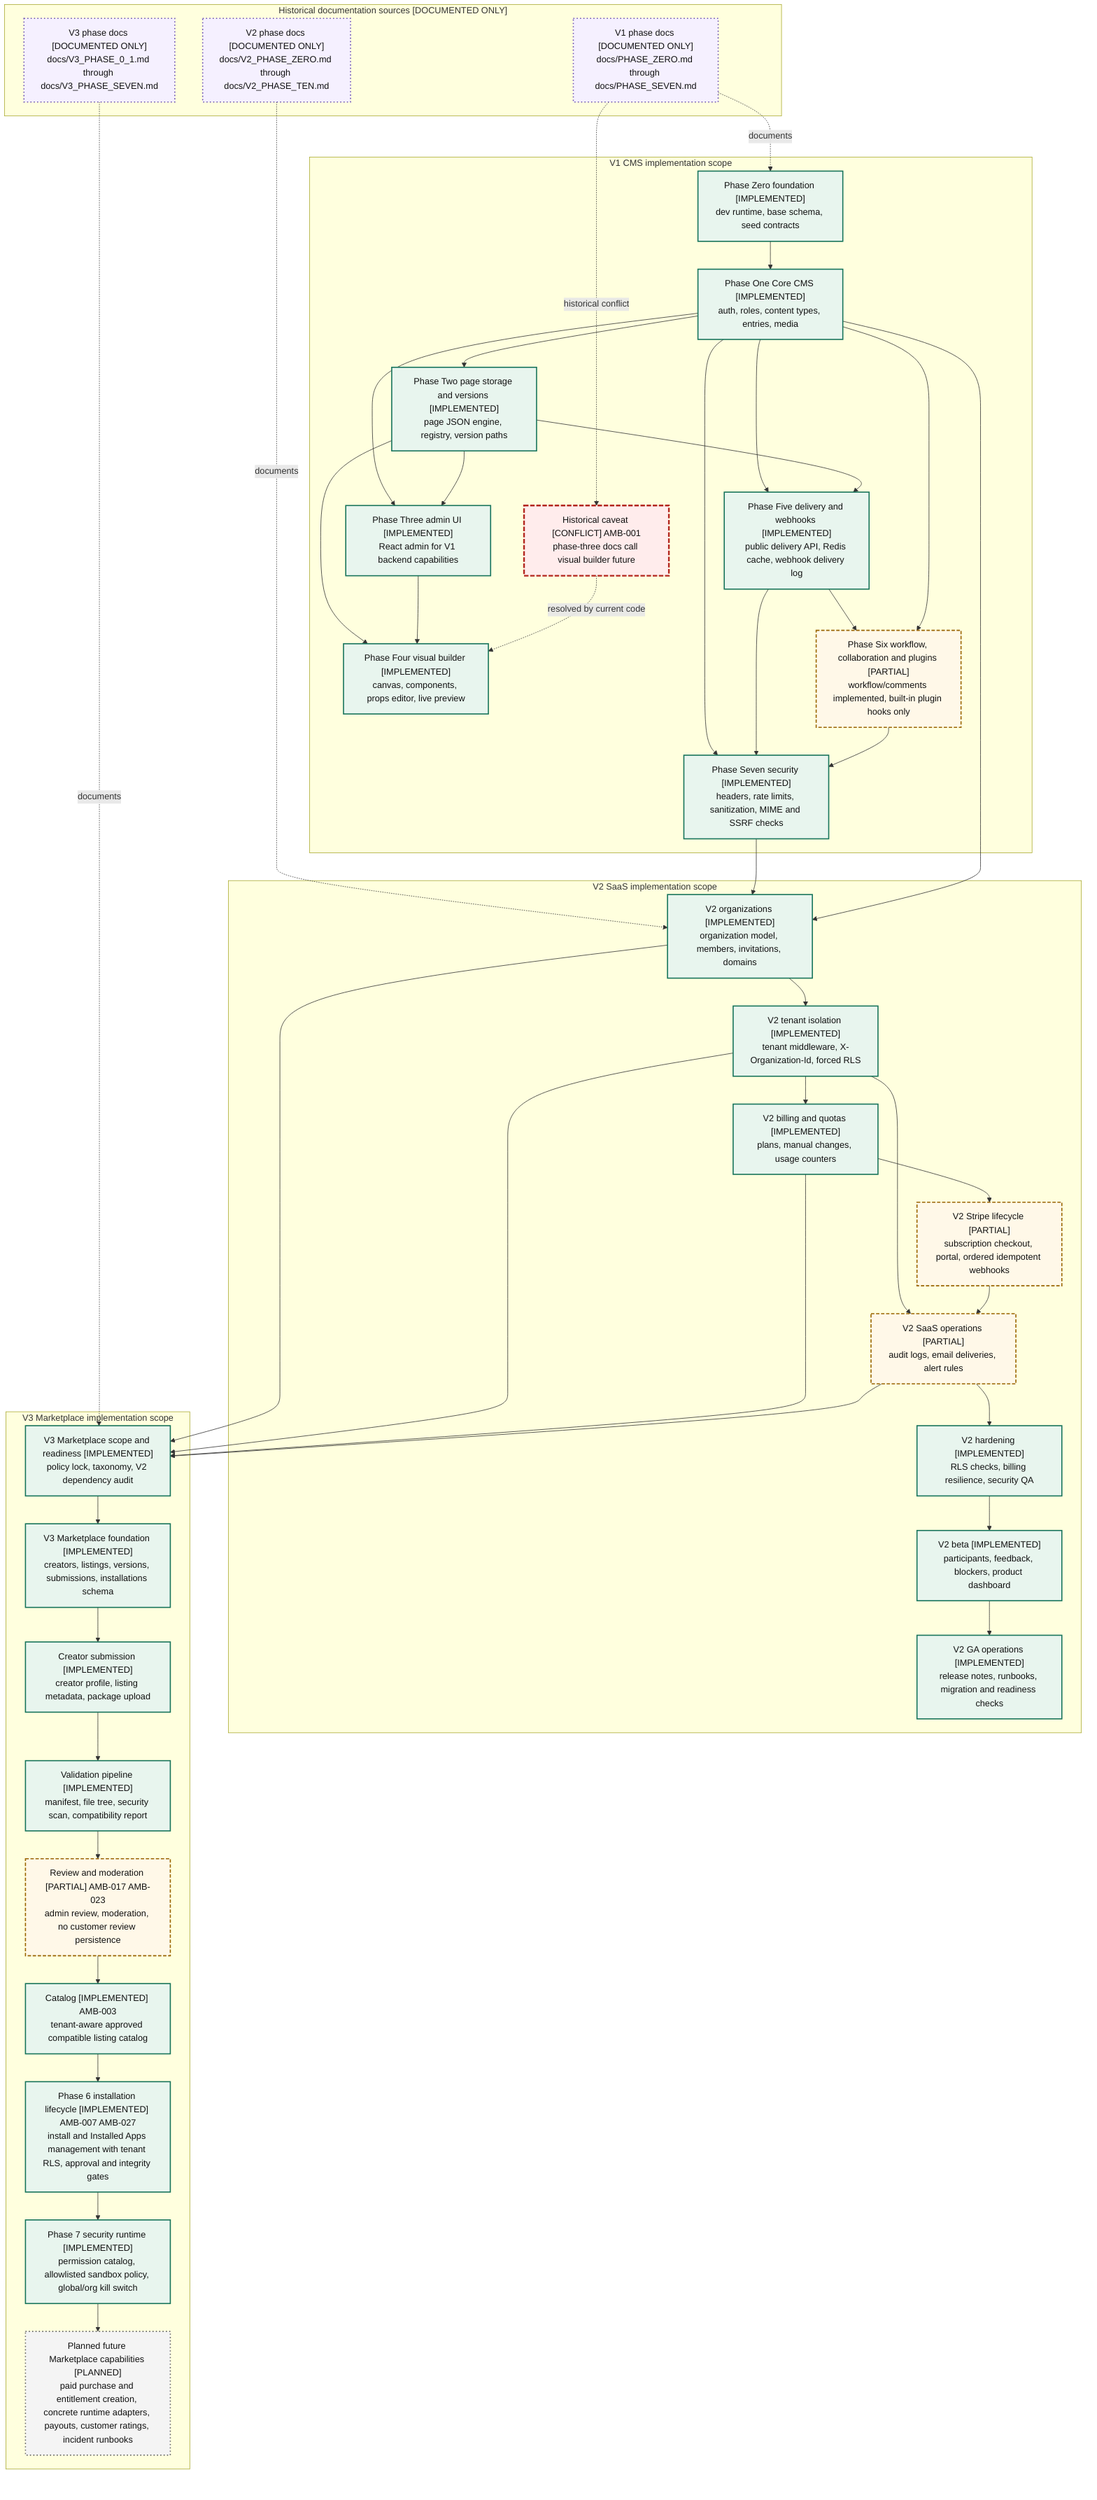
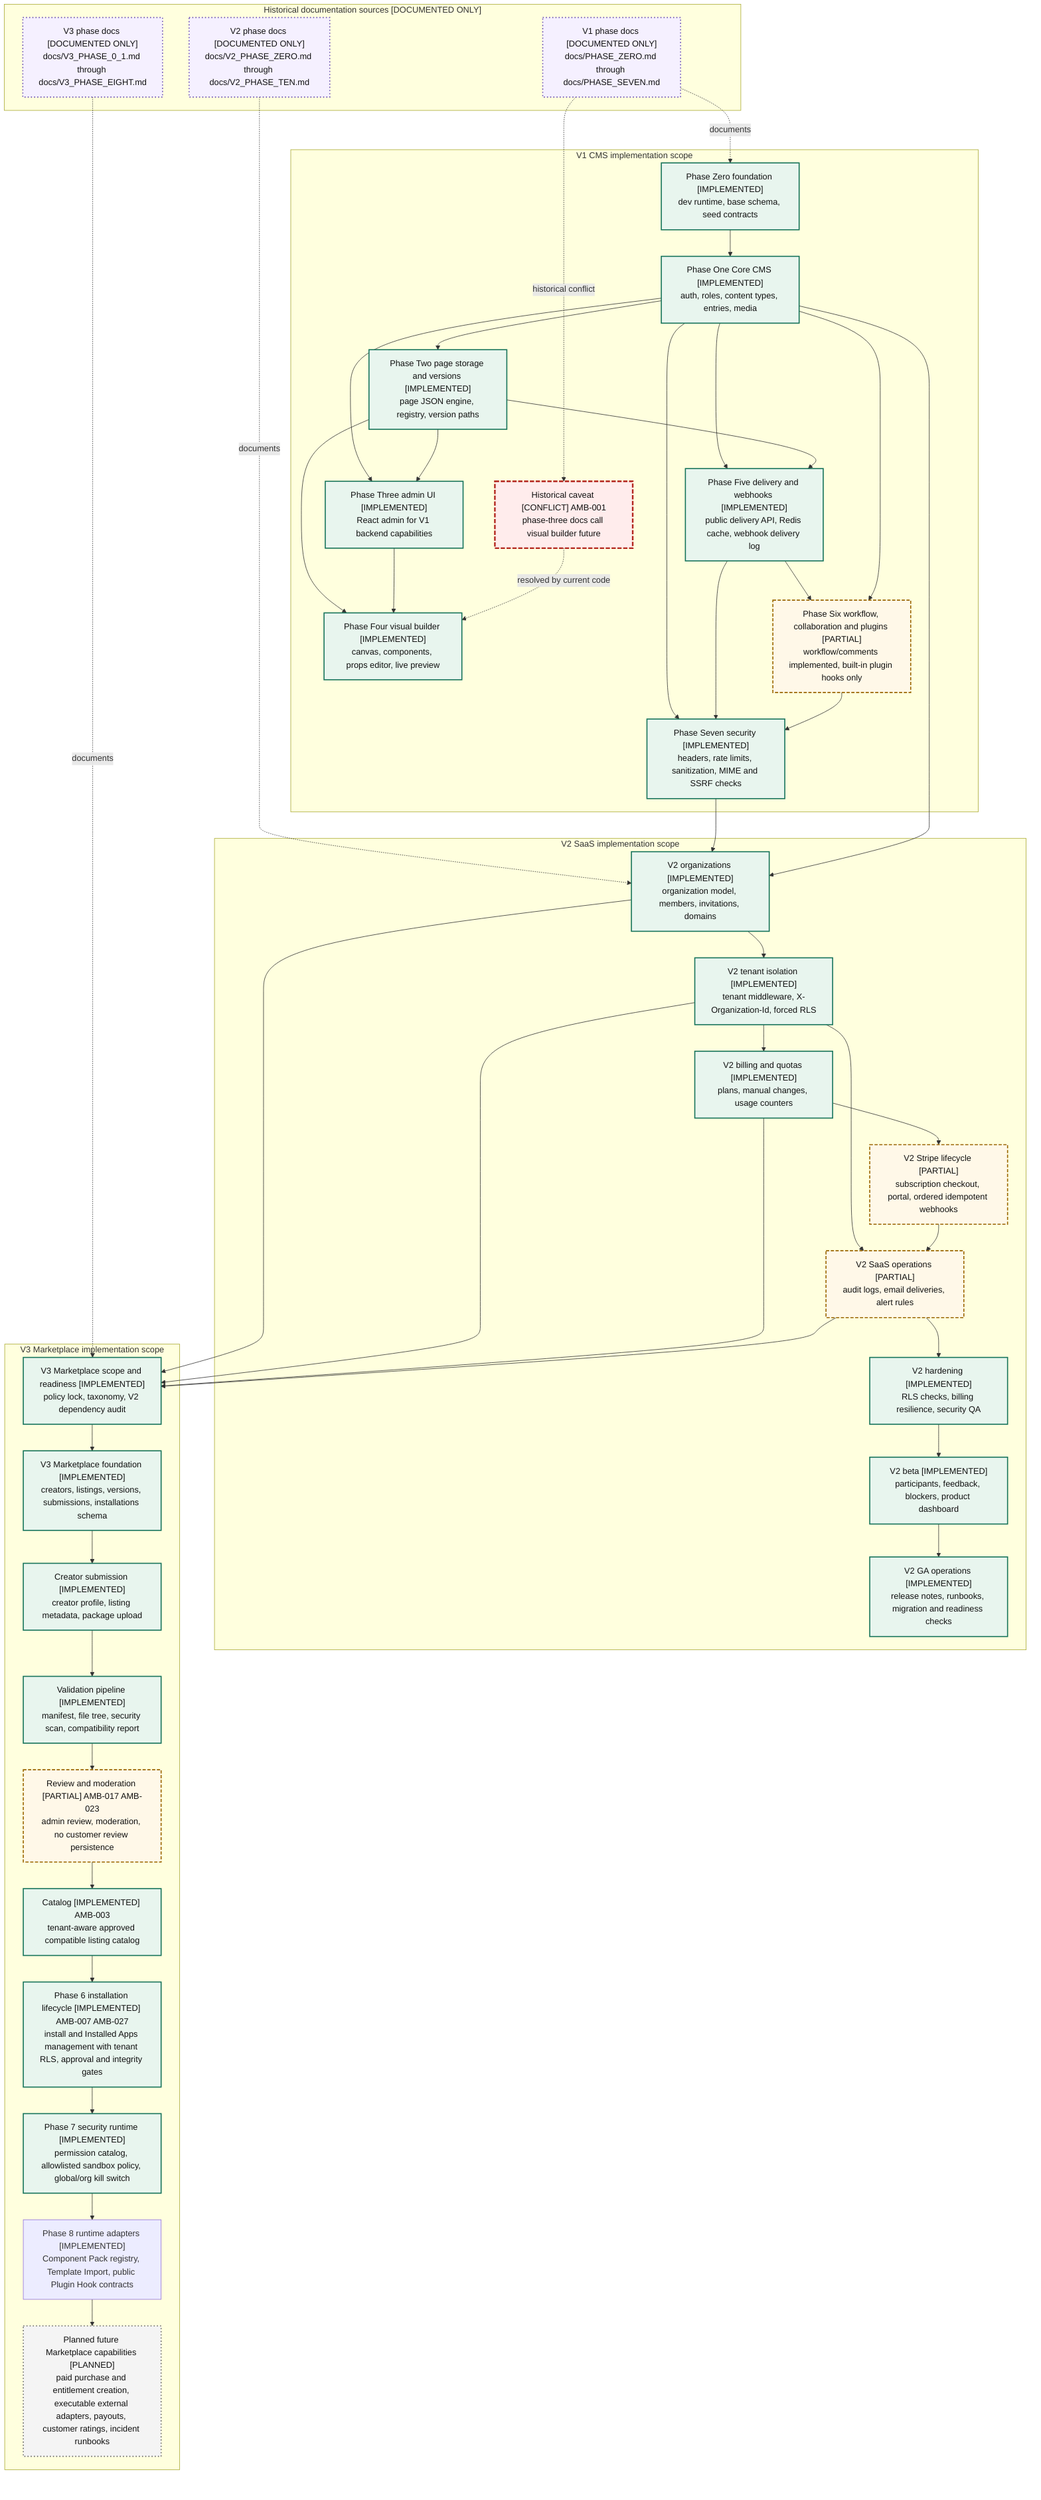
%% Evidence: docs/PHASE_ZERO.md
%% Evidence: docs/PHASE_ONE.md
%% Evidence: docs/PHASE_TWO.md
%% Evidence: docs/PHASE_THREE.md
%% Evidence: docs/PHASE_FOUR.md
%% Evidence: docs/PHASE_FIVE.md
%% Evidence: docs/PHASE_SIX.md
%% Evidence: docs/PHASE_SEVEN.md
%% Evidence: docs/V2_PHASE_ZERO.md
%% Evidence: docs/V2_PHASE_ONE.md
%% Evidence: docs/V2_PHASE_THREE.md
%% Evidence: docs/V2_PHASE_FIVE.md
%% Evidence: docs/V2_PHASE_SIX.md
%% Evidence: docs/V2_PHASE_SEVEN.md
%% Evidence: docs/V2_PHASE_EIGHT.md
%% Evidence: docs/V2_PHASE_NINE.md
%% Evidence: docs/V2_PHASE_TEN.md
%% Evidence: docs/V3_PHASE_0_1.md
%% Evidence: docs/V3_PHASE_0_2.md
%% Evidence: docs/V3_PHASE_ONE.md
%% Evidence: docs/V3_PHASE_TWO.md
%% Evidence: docs/V3_PHASE_THREE.md
%% Evidence: docs/V3_PHASE_FOUR.md
%% Evidence: docs/V3_PHASE_FIVE.md
%% Evidence: docs/V3_PHASE_SEVEN.md
%% Evidence: backend/migrations/0019_v3_phase_six_installation_lifecycle.sql
%% Evidence: backend/migrations/0020_v3_phase_seven_permission_sandbox_kill_switch.sql
+ %% Evidence: backend/migrations/0021_v3_phase_eight_runtime_adapters.sql
%% Evidence: backend/src/services/marketplace_runtime.rs
%% Evidence: backend/src/routes/marketplace_runtime.rs
+ %% Evidence: backend/src/services/marketplace_adapters.rs
+ %% Evidence: backend/src/routes/marketplace_adapters.rs
+ %% Evidence: docs/V3_PHASE_EIGHT.md
%% Evidence: backend/src/services/marketplace_installation.rs
%% Evidence: backend/src/routes/marketplace.rs
%% Evidence: frontend/src/pages/MarketplacePage.tsx
%% Evidence: docs/V3_MARKETPLACE_GAP_LIST.md
%% Evidence: docs/diagrams/ARCHITECTURE_AUDIT.md
%% Evidence: docs/diagrams/AMBIGUITIES.md
flowchart TD
  subgraph historical_docs["Historical documentation sources [DOCUMENTED ONLY]"]
    hist_v1["V1 phase docs [DOCUMENTED ONLY]<br/>docs/PHASE_ZERO.md through docs/PHASE_SEVEN.md"]
    hist_v2["V2 phase docs [DOCUMENTED ONLY]<br/>docs/V2_PHASE_ZERO.md through docs/V2_PHASE_TEN.md"]
-     hist_v3["V3 phase docs [DOCUMENTED ONLY]<br/>docs/V3_PHASE_0_1.md through docs/V3_PHASE_SEVEN.md"]
+     hist_v3["V3 phase docs [DOCUMENTED ONLY]<br/>docs/V3_PHASE_0_1.md through docs/V3_PHASE_EIGHT.md"]
  end

  subgraph v1_scope["V1 CMS implementation scope"]
    phase_zero["Phase Zero foundation [IMPLEMENTED]<br/>dev runtime, base schema, seed contracts"]
    phase_one["Phase One Core CMS [IMPLEMENTED]<br/>auth, roles, content types, entries, media"]
    phase_two["Phase Two page storage and versions [IMPLEMENTED]<br/>page JSON engine, registry, version paths"]
    phase_three["Phase Three admin UI [IMPLEMENTED]<br/>React admin for V1 backend capabilities"]
    phase_three_caveat["Historical caveat [CONFLICT] AMB-001<br/>phase-three docs call visual builder future"]
    phase_four["Phase Four visual builder [IMPLEMENTED]<br/>canvas, components, props editor, live preview"]
    phase_five["Phase Five delivery and webhooks [IMPLEMENTED]<br/>public delivery API, Redis cache, webhook delivery log"]
    phase_six["Phase Six workflow, collaboration and plugins [PARTIAL]<br/>workflow/comments implemented, built-in plugin hooks only"]
    phase_seven["Phase Seven security [IMPLEMENTED]<br/>headers, rate limits, sanitization, MIME and SSRF checks"]
  end

  subgraph v2_scope["V2 SaaS implementation scope"]
    v2_orgs["V2 organizations [IMPLEMENTED]<br/>organization model, members, invitations, domains"]
    v2_tenant["V2 tenant isolation [IMPLEMENTED]<br/>tenant middleware, X-Organization-Id, forced RLS"]
    v2_billing_quotas["V2 billing and quotas [IMPLEMENTED]<br/>plans, manual changes, usage counters"]
    v2_stripe["V2 Stripe lifecycle [PARTIAL]<br/>subscription checkout, portal, ordered idempotent webhooks"]
    v2_saas_ops["V2 SaaS operations [PARTIAL]<br/>audit logs, email deliveries, alert rules"]
    v2_hardening["V2 hardening [IMPLEMENTED]<br/>RLS checks, billing resilience, security QA"]
    v2_beta["V2 beta [IMPLEMENTED]<br/>participants, feedback, blockers, product dashboard"]
    v2_ga["V2 GA operations [IMPLEMENTED]<br/>release notes, runbooks, migration and readiness checks"]
  end

  subgraph v3_scope["V3 Marketplace implementation scope"]
    v3_scope_ready["V3 Marketplace scope and readiness [IMPLEMENTED]<br/>policy lock, taxonomy, V2 dependency audit"]
    v3_foundation["V3 Marketplace foundation [IMPLEMENTED]<br/>creators, listings, versions, submissions, installations schema"]
    v3_creator_submission["Creator submission [IMPLEMENTED]<br/>creator profile, listing metadata, package upload"]
    v3_validation["Validation pipeline [IMPLEMENTED]<br/>manifest, file tree, security scan, compatibility report"]
    v3_review["Review and moderation [PARTIAL] AMB-017 AMB-023<br/>admin review, moderation, no customer review persistence"]
    v3_catalog["Catalog [IMPLEMENTED] AMB-003<br/>tenant-aware approved compatible listing catalog"]
    v3_install["Phase 6 installation lifecycle [IMPLEMENTED] AMB-007 AMB-027<br/>install and Installed Apps management with tenant RLS, approval and integrity gates"]
    v3_security["Phase 7 security runtime [IMPLEMENTED]<br/>permission catalog, allowlisted sandbox policy, global/org kill switch"]
-     v3_future["Planned future Marketplace capabilities [PLANNED]<br/>paid purchase and entitlement creation, concrete runtime adapters, payouts, customer ratings, incident runbooks"]
+     v3_adapters["Phase 8 runtime adapters [IMPLEMENTED]<br/>Component Pack registry, Template Import, public Plugin Hook contracts"]
+     v3_future["Planned future Marketplace capabilities [PLANNED]<br/>paid purchase and entitlement creation, executable external adapters, payouts, customer ratings, incident runbooks"]
  end

  hist_v1 -. documents .-> phase_zero
  hist_v2 -. documents .-> v2_orgs
  hist_v3 -. documents .-> v3_scope_ready
  hist_v1 -. historical conflict .-> phase_three_caveat

  phase_zero --> phase_one
  phase_one --> phase_two
  phase_one --> phase_three
  phase_two --> phase_three
  phase_two --> phase_four
  phase_three --> phase_four
  phase_one --> phase_five
  phase_two --> phase_five
  phase_five --> phase_six
  phase_one --> phase_six
  phase_one --> phase_seven
  phase_five --> phase_seven
  phase_six --> phase_seven
  phase_three_caveat -. resolved by current code .-> phase_four

  phase_seven --> v2_orgs
  phase_one --> v2_orgs
  v2_orgs --> v2_tenant
  v2_tenant --> v2_billing_quotas
  v2_billing_quotas --> v2_stripe
  v2_tenant --> v2_saas_ops
  v2_stripe --> v2_saas_ops
  v2_saas_ops --> v2_hardening
  v2_hardening --> v2_beta
  v2_beta --> v2_ga

  v2_orgs --> v3_scope_ready
  v2_tenant --> v3_scope_ready
  v2_billing_quotas --> v3_scope_ready
  v2_saas_ops --> v3_scope_ready
  v3_scope_ready --> v3_foundation
  v3_foundation --> v3_creator_submission
  v3_creator_submission --> v3_validation
  v3_validation --> v3_review
  v3_review --> v3_catalog
  v3_catalog --> v3_install
  v3_install --> v3_security
-   v3_security --> v3_future
+   v3_security --> v3_adapters
+   v3_adapters --> v3_future

  class hist_v1,hist_v2,hist_v3 documented
  class phase_zero,phase_one,phase_two,phase_three,phase_four,phase_five,phase_seven,v2_orgs,v2_tenant,v2_billing_quotas,v2_hardening,v2_beta,v2_ga,v3_scope_ready,v3_foundation,v3_creator_submission,v3_validation,v3_catalog,v3_install,v3_security implemented
  class phase_six,v2_stripe,v2_saas_ops,v3_review partial
  class v3_future planned
  class phase_three_caveat conflict
  classDef implemented fill:#e8f5ee,stroke:#17745b,stroke-width:2px,color:#111
  classDef partial fill:#fff8e8,stroke:#9a6500,stroke-width:2px,stroke-dasharray: 6 3,color:#111
  classDef planned fill:#f4f4f4,stroke:#666,stroke-width:2px,stroke-dasharray: 2 4,color:#111
  classDef documented fill:#f5f0ff,stroke:#6a4fb3,stroke-width:2px,stroke-dasharray: 2 4,color:#111
  classDef conflict fill:#ffecec,stroke:#b3261e,stroke-width:3px,stroke-dasharray: 8 3,color:#111
